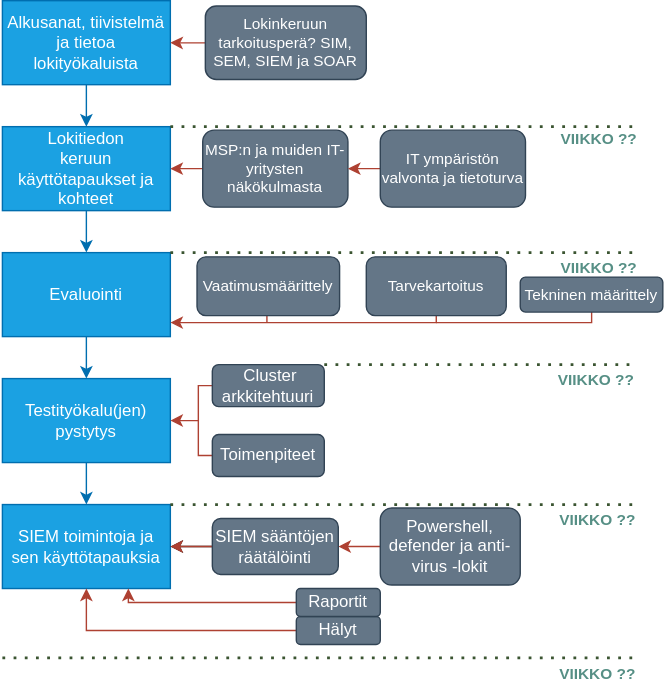
This is oppari_scope.svg from hirsmaki/oppari, a draw.io export, as it was before one commit. Source tidied: cells renumbered, new cells last; positions are measured from the earlier drawing's top-left corner, leaving out a move shared by most shapes.
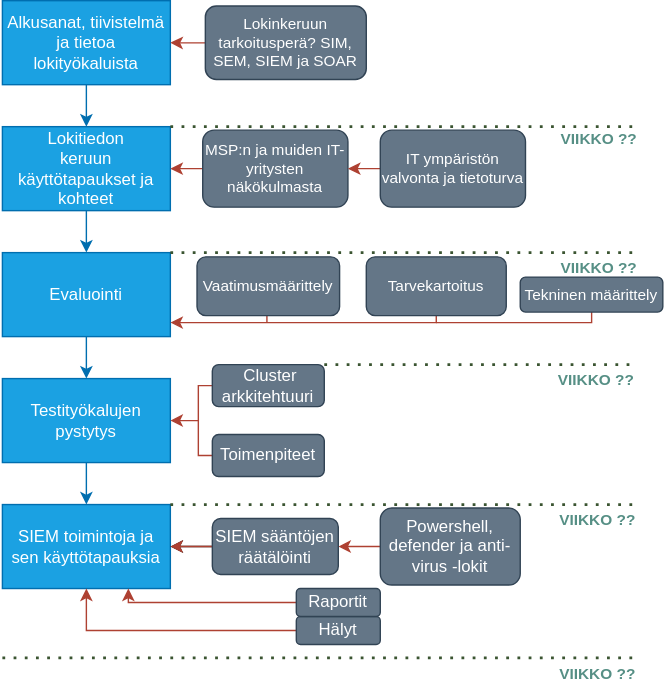
The same file after the commit.

Diff of the diagram source:
```diff
@@ -23,7 +23,7 @@
     <mxCell id="8" style="edgeStyle=orthogonalEdgeStyle;rounded=0;jettySize=auto;html=1;entryX=0.5;entryY=0;entryDx=0;entryDy=0;fillColor=#1ba1e2;strokeColor=#006EAF;" parent="1" edge="1" source="9" target="10">
       <mxGeometry relative="1" as="geometry" />
     </mxCell>
-    <mxCell id="9" value="Testityökalu(jen) pystytys" style="rounded=0;whiteSpace=wrap;html=1;fillColor=#1ba1e2;strokeColor=#006EAF;fontColor=#ffffff;" parent="1" vertex="1">
+    <mxCell id="9" value="Testityökalujen pystytys" style="rounded=0;whiteSpace=wrap;html=1;fillColor=#1ba1e2;strokeColor=#006EAF;fontColor=#ffffff;" parent="1" vertex="1">
       <mxGeometry y="270" width="120" height="60" as="geometry" />
     </mxCell>
     <mxCell id="10" value="SIEM toimintoja ja sen käyttötapauksia" style="rounded=0;whiteSpace=wrap;html=1;fillColor=#1ba1e2;strokeColor=#006EAF;fontColor=#ffffff;" parent="1" vertex="1">
```
